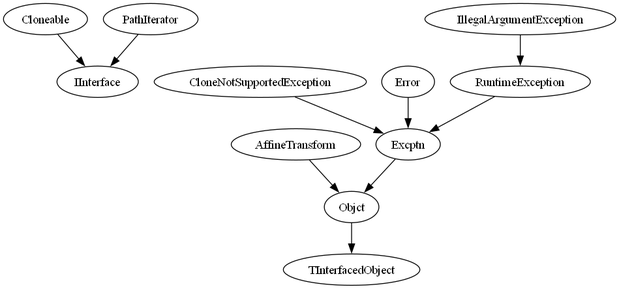
Earlier version of the Graphviz export doc/GVClasses.png (coelhole/newpascal). Its source is kept beside it as doc/GVClasses.dot. The source it was exported from:
```dot
DiGraph Classes {
  "Cloneable" -> "IInterface"
  "Cloneable" [href="NewPascal.Base.Cloneable.html"]
  "PathIterator" -> "IInterface"
  "PathIterator" [href="NewPascal.GUI.Geom.PathIterator.html"]
  "Objct" -> "TInterfacedObject"
  "Objct" [href="NewPascal.Base.Objct.html"]
  "AffineTransform" -> "Objct"
  "AffineTransform" [href="NewPascal.GUI.Geom.AffineTransform.html"]
  "Excptn" -> "Objct"
  "Excptn" [href="NewPascal.Base.Excptn.html"]
  "CloneNotSupportedException" -> "Excptn"
  "CloneNotSupportedException" [href="NewPascal.Base.CloneNotSupportedException.html"]
  "Error" -> "Excptn"
  "Error" [href="NewPascal.Base.Error.html"]
  "RuntimeException" -> "Excptn"
  "RuntimeException" [href="NewPascal.Base.RuntimeException.html"]
  "IllegalArgumentException" -> "RuntimeException"
  "IllegalArgumentException" [href="NewPascal.Base.IllegalArgumentException.html"]
}
```
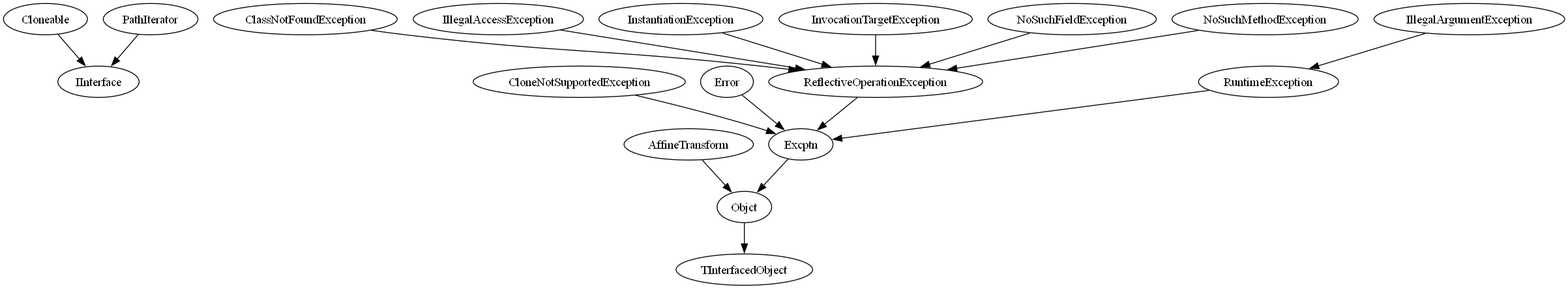
The same file after the commit.

The edit, as a diff of the source:
```diff
@@ -13,6 +13,20 @@
   "CloneNotSupportedException" [href="NewPascal.Base.CloneNotSupportedException.html"]
   "Error" -> "Excptn"
   "Error" [href="NewPascal.Base.Error.html"]
+  "ReflectiveOperationException" -> "Excptn"
+  "ReflectiveOperationException" [href="NewPascal.Base.ReflectiveOperationException.html"]
+  "ClassNotFoundException" -> "ReflectiveOperationException"
+  "ClassNotFoundException" [href="NewPascal.Base.ClassNotFoundException.html"]
+  "IllegalAccessException" -> "ReflectiveOperationException"
+  "IllegalAccessException" [href="NewPascal.Base.IllegalAccessException.html"]
+  "InstantiationException" -> "ReflectiveOperationException"
+  "InstantiationException" [href="NewPascal.Base.InstantiationException.html"]
+  "InvocationTargetException" -> "ReflectiveOperationException"
+  "InvocationTargetException" [href="NewPascal.Base.InvocationTargetException.html"]
+  "NoSuchFieldException" -> "ReflectiveOperationException"
+  "NoSuchFieldException" [href="NewPascal.Base.NoSuchFieldException.html"]
+  "NoSuchMethodException" -> "ReflectiveOperationException"
+  "NoSuchMethodException" [href="NewPascal.Base.NoSuchMethodException.html"]
   "RuntimeException" -> "Excptn"
   "RuntimeException" [href="NewPascal.Base.RuntimeException.html"]
   "IllegalArgumentException" -> "RuntimeException"
```
